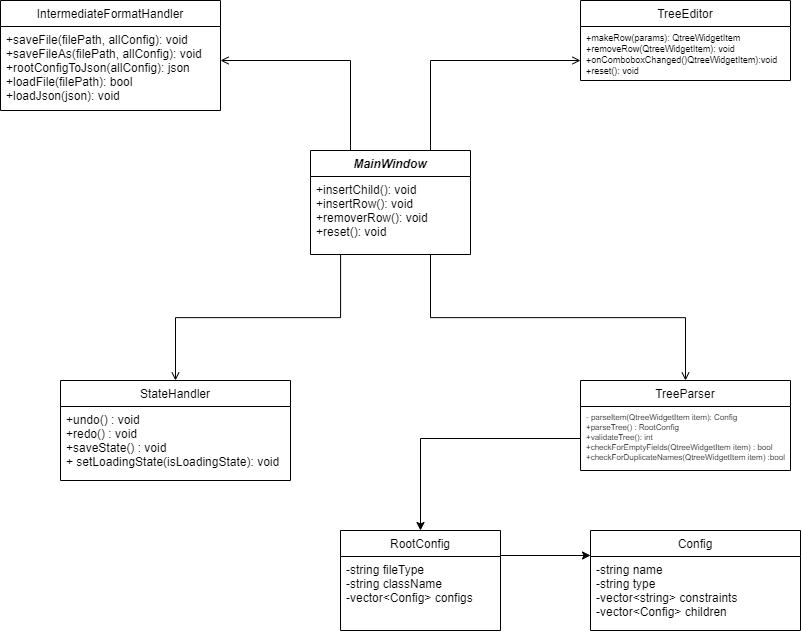
The draw.io diagram Diagrams/gui_class_diagram.drawio.png in islamwagih/Class-Generator, before a commit. Source tidied: cells renumbered, new cells last; positions are measured from the earlier drawing's top-left corner, leaving out a move shared by most shapes.
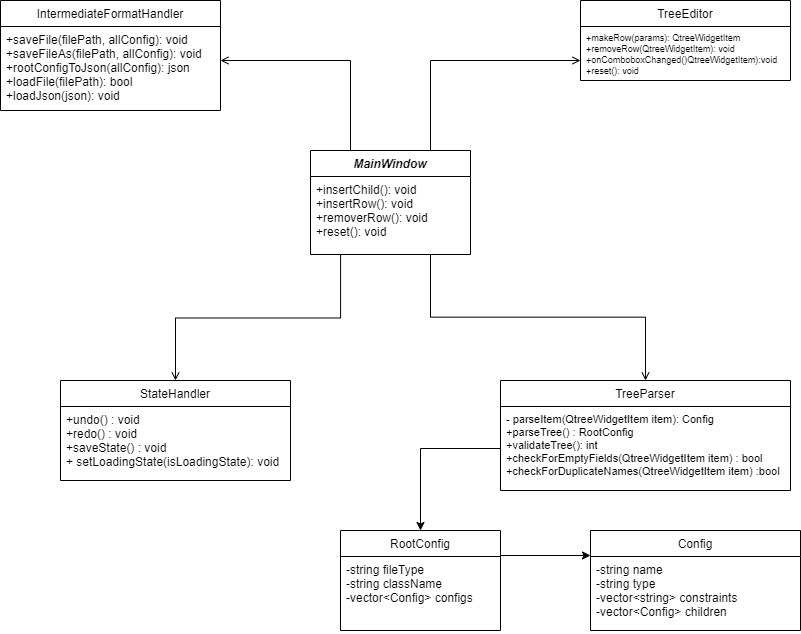
The same diagram one commit later.

Commit message:
updating gui_class_diagram

The edit, as a diff of the source:
```diff
@@ -9,10 +9,10 @@
       <mxGeometry y="26" width="160" height="78" as="geometry" />
     </mxCell>
     <mxCell id="4" value="TreeParser" style="swimlane;fontStyle=0;align=center;verticalAlign=top;horizontal=1;startSize=26;rounded=0;shadow=0;strokeWidth=1;" parent="1" vertex="1">
-      <mxGeometry x="580" y="380" width="210" height="90" as="geometry" />
+      <mxGeometry x="500" y="380" width="290" height="110" as="geometry" />
     </mxCell>
-    <mxCell id="5" value="- parseItem(QtreeWidgetItem item): Config&#10;+parseTree() : RootConfig&#10;+validateTree(): int&#10;+checkForEmptyFields(QtreeWidgetItem item) : bool&#10;+checkForDuplicateNames(QtreeWidgetItem item) :bool" style="text;align=left;verticalAlign=top;spacingLeft=4;spacingRight=4;overflow=hidden;points=[[0,0.5],[1,0.5]];portConstraint=eastwest;fontSize=8;" parent="4" vertex="1">
-      <mxGeometry y="26" width="210" height="64" as="geometry" />
+    <mxCell id="5" value="- parseItem(QtreeWidgetItem item): Config&#10;+parseTree() : RootConfig&#10;+validateTree(): int&#10;+checkForEmptyFields(QtreeWidgetItem item) : bool&#10;+checkForDuplicateNames(QtreeWidgetItem item) :bool" style="text;align=left;verticalAlign=top;spacingLeft=4;spacingRight=4;overflow=hidden;points=[[0,0.5],[1,0.5]];portConstraint=eastwest;fontSize=11;" parent="4" vertex="1">
+      <mxGeometry y="26" width="290" height="84" as="geometry" />
     </mxCell>
     <mxCell id="6" style="endArrow=open;shadow=0;strokeWidth=1;rounded=0;endFill=1;edgeStyle=elbowEdgeStyle;elbow=vertical;exitX=0.75;exitY=1;exitDx=0;exitDy=0;" parent="1" edge="1" source="2" target="4">
       <mxGeometry x="0.5" y="41" relative="1" as="geometry">
@@ -65,7 +65,7 @@
     <mxCell id="16" style="endArrow=classic;html=1;rounded=0;exitX=0;exitY=0.5;exitDx=0;exitDy=0;entryX=0.5;entryY=0;entryDx=0;entryDy=0;" parent="1" edge="1" source="5" target="17">
       <mxGeometry relative="1" as="geometry">
         <Array as="points">
-          <mxPoint x="420" y="438" />
+          <mxPoint x="420" y="448" />
         </Array>
       </mxGeometry>
     </mxCell>
```
